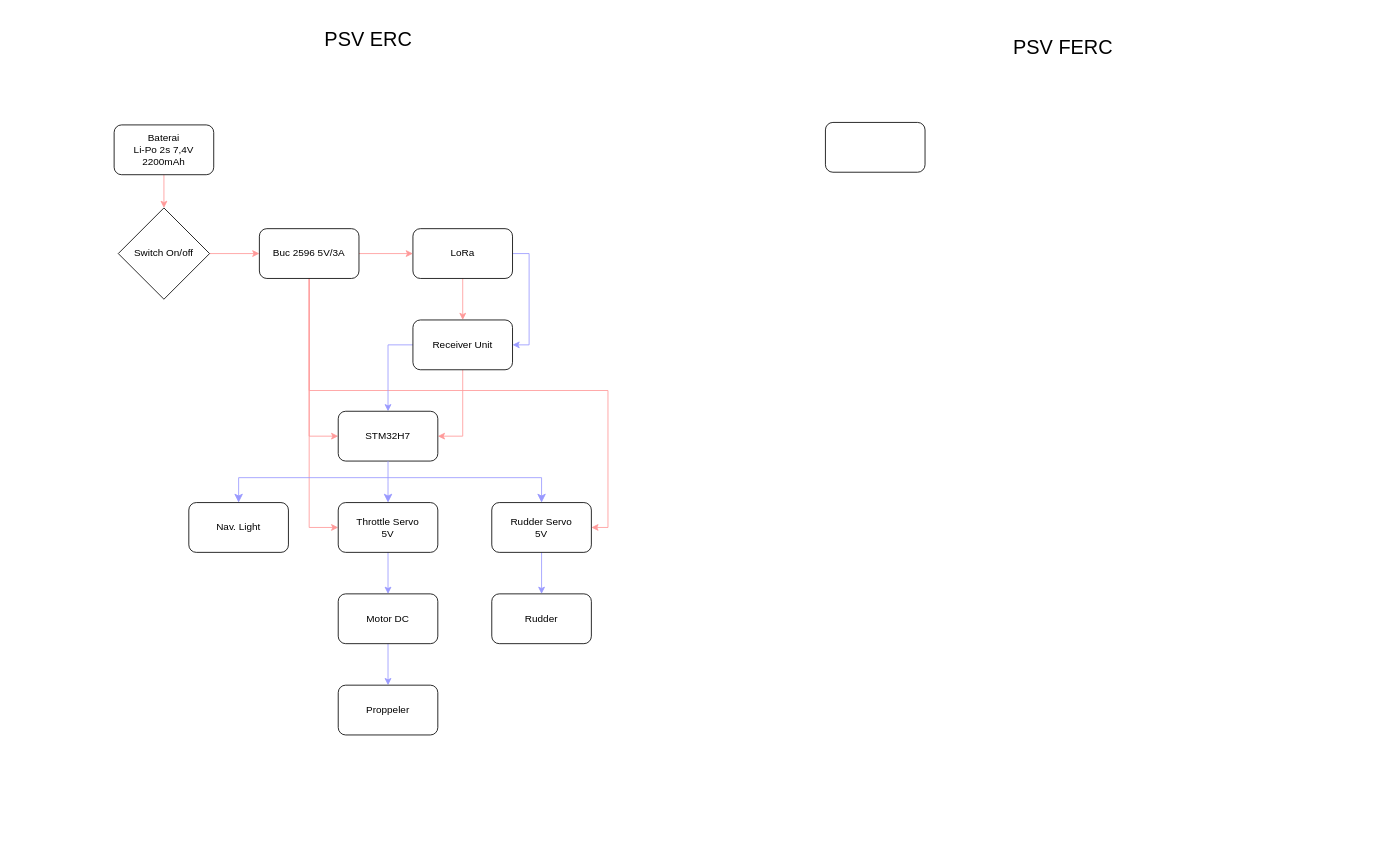
Earlier version of the draw.io diagram page "PSV ERC" (1 of 2) of ELC_M. Gian Yudha P_Electrical design.drawio (Magang-Barunastra-2024/git-and-github-introduction-gianyudha). Source tidied: cells renumbered, new cells numbered last; positions are measured from the earlier drawing's top-left corner, leaving out a move shared by most shapes. Both pictures are drawn from the tidied source at 83%, with x=0, y=0 at pixel (114, 14).
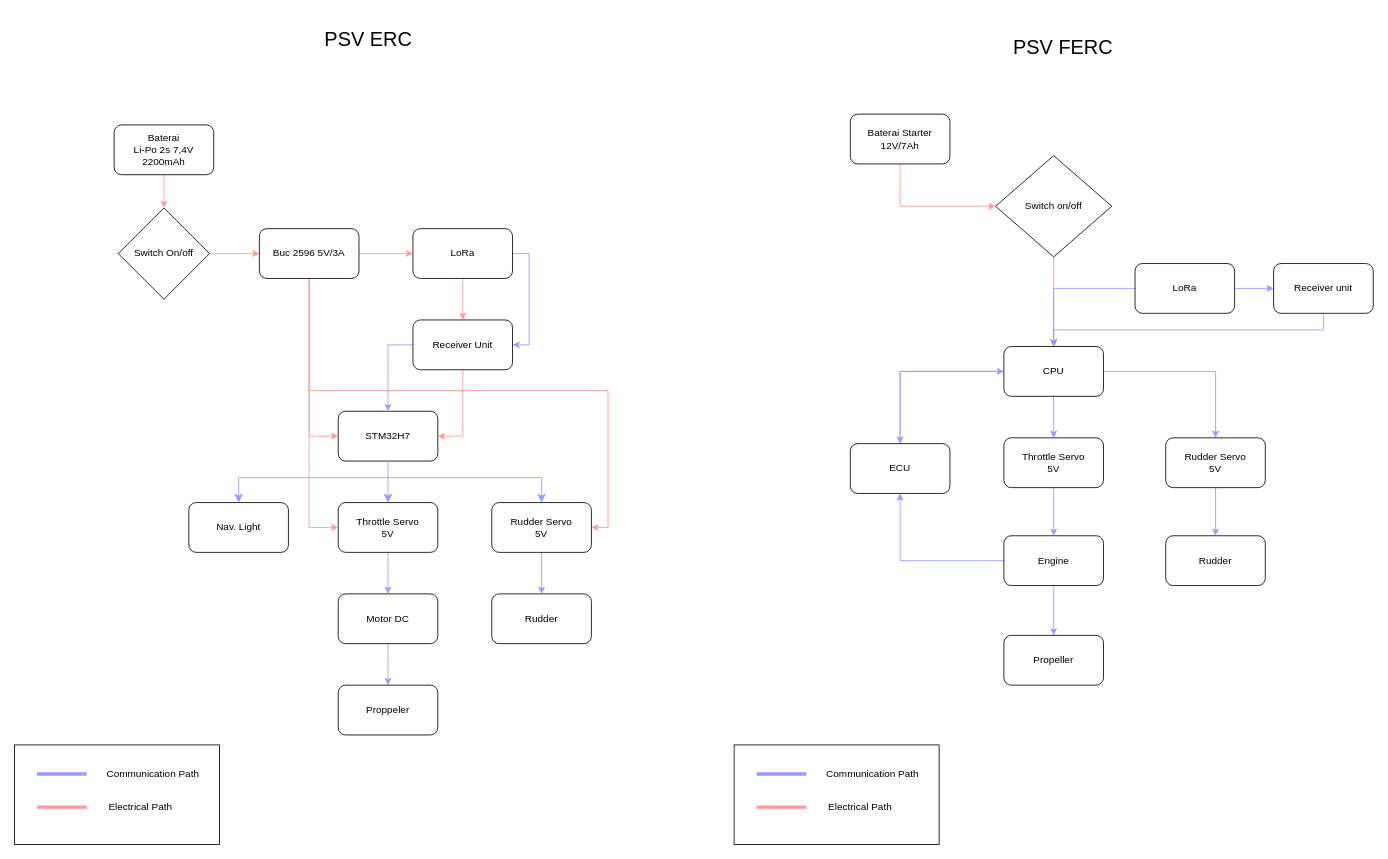
The same page after the edit.

The edit, as a diff of the source:
```diff
@@
+    <mxCell id="33" style="edgeStyle=orthogonalEdgeStyle;rounded=0;jettySize=auto;html=1;exitX=0.5;exitY=1;exitDx=0;exitDy=0;entryX=0;entryY=0.5;entryDx=0;entryDy=0;strokeColor=#FF9999;" parent="1" edge="1" source="31" target="35">
+      <mxGeometry relative="1" as="geometry" />
+    </mxCell>
-    <mxCell id="31" style="rounded=1;whiteSpace=wrap;html=1;" parent="1" vertex="1">
-      <mxGeometry x="857" y="130" width="120" height="60" as="geometry" />
+    <mxCell id="31" value="Baterai Starter 12V/7Ah" style="rounded=1;whiteSpace=wrap;html=1;" parent="1" vertex="1">
+      <mxGeometry x="887" y="120" width="120" height="60" as="geometry" />
     </mxCell>
@@
+    <mxCell id="34" style="edgeStyle=orthogonalEdgeStyle;rounded=0;jettySize=auto;html=1;exitX=0.5;exitY=1;exitDx=0;exitDy=0;entryX=0.5;entryY=0;entryDx=0;entryDy=0;strokeColor=#FF9999;" parent="1" edge="1" source="35" target="39">
+      <mxGeometry relative="1" as="geometry" />
+    </mxCell>
+    <mxCell id="35" value="Switch on/off" style="rhombus;whiteSpace=wrap;html=1;" parent="1" vertex="1">
+      <mxGeometry x="1062" y="170" width="140" height="122" as="geometry" />
+    </mxCell>
+    <mxCell id="36" style="edgeStyle=orthogonalEdgeStyle;rounded=0;jettySize=auto;html=1;exitX=0;exitY=0.5;exitDx=0;exitDy=0;entryX=0.5;entryY=0;entryDx=0;entryDy=0;strokeColor=#9999FF;" parent="1" edge="1" source="39" target="50">
+      <mxGeometry relative="1" as="geometry" />
+    </mxCell>
+    <mxCell id="37" style="edgeStyle=orthogonalEdgeStyle;rounded=0;jettySize=auto;html=1;exitX=0.5;exitY=1;exitDx=0;exitDy=0;entryX=0.5;entryY=0;entryDx=0;entryDy=0;strokeColor=#9999FF;" parent="1" edge="1" source="39" target="55">
+      <mxGeometry relative="1" as="geometry" />
+    </mxCell>
+    <mxCell id="38" style="edgeStyle=orthogonalEdgeStyle;rounded=0;jettySize=auto;html=1;exitX=1;exitY=0.5;exitDx=0;exitDy=0;entryX=0.5;entryY=0;entryDx=0;entryDy=0;strokeColor=#9999FF;" parent="1" edge="1" source="39" target="57">
+      <mxGeometry relative="1" as="geometry" />
+    </mxCell>
+    <mxCell id="39" value="CPU" style="rounded=1;whiteSpace=wrap;html=1;" parent="1" vertex="1">
+      <mxGeometry x="1072" y="400" width="120" height="60" as="geometry" />
+    </mxCell>
+    <mxCell id="40" style="edgeStyle=orthogonalEdgeStyle;rounded=0;jettySize=auto;html=1;exitX=1;exitY=0.5;exitDx=0;exitDy=0;entryX=0;entryY=0.5;entryDx=0;entryDy=0;fillColor=#9999FF;strokeColor=#9999FF;" parent="1" edge="1" source="42" target="44">
+      <mxGeometry relative="1" as="geometry" />
+    </mxCell>
+    <mxCell id="41" style="edgeStyle=orthogonalEdgeStyle;rounded=0;jettySize=auto;html=1;exitX=0;exitY=0.5;exitDx=0;exitDy=0;entryX=0.5;entryY=0;entryDx=0;entryDy=0;strokeColor=#9999FF;" parent="1" edge="1" source="42" target="39">
+      <mxGeometry relative="1" as="geometry" />
+    </mxCell>
+    <mxCell id="42" value="LoRa" style="rounded=1;whiteSpace=wrap;html=1;" parent="1" vertex="1">
+      <mxGeometry x="1230" y="300" width="120" height="60" as="geometry" />
+    </mxCell>
+    <mxCell id="43" style="edgeStyle=orthogonalEdgeStyle;rounded=0;jettySize=auto;html=1;exitX=0.5;exitY=1;exitDx=0;exitDy=0;strokeColor=#9999FF;" parent="1" edge="1" source="44" target="39">
+      <mxGeometry relative="1" as="geometry" />
+    </mxCell>
+    <mxCell id="44" value="Receiver unit" style="rounded=1;whiteSpace=wrap;html=1;" parent="1" vertex="1">
+      <mxGeometry x="1397" y="300" width="120" height="60" as="geometry" />
+    </mxCell>
+    <mxCell id="45" style="edgeStyle=orthogonalEdgeStyle;rounded=0;jettySize=auto;html=1;exitX=0.5;exitY=1;exitDx=0;exitDy=0;entryX=0.5;entryY=0;entryDx=0;entryDy=0;strokeColor=#9999FF;" parent="1" edge="1" source="48" target="51">
+      <mxGeometry relative="1" as="geometry" />
+    </mxCell>
+    <mxCell id="46" style="edgeStyle=orthogonalEdgeStyle;rounded=0;jettySize=auto;html=1;exitX=0.5;exitY=0;exitDx=0;exitDy=0;" parent="1" edge="1" source="48">
+      <mxGeometry relative="1" as="geometry">
+        <mxPoint x="1132" y="628" as="targetPoint" />
+      </mxGeometry>
+    </mxCell>
+    <mxCell id="47" style="edgeStyle=orthogonalEdgeStyle;rounded=0;jettySize=auto;html=1;exitX=0;exitY=0.5;exitDx=0;exitDy=0;entryX=0.5;entryY=1;entryDx=0;entryDy=0;strokeColor=#9999FF;" parent="1" edge="1" source="48" target="50">
+      <mxGeometry relative="1" as="geometry" />
+    </mxCell>
+    <mxCell id="48" value="Engine" style="rounded=1;whiteSpace=wrap;html=1;" parent="1" vertex="1">
+      <mxGeometry x="1072" y="628" width="120" height="60" as="geometry" />
+    </mxCell>
+    <mxCell id="49" style="edgeStyle=orthogonalEdgeStyle;rounded=0;jettySize=auto;html=1;exitX=0.5;exitY=0;exitDx=0;exitDy=0;entryX=0;entryY=0.5;entryDx=0;entryDy=0;strokeColor=#9999FF;" parent="1" edge="1" source="50" target="39">
+      <mxGeometry relative="1" as="geometry" />
+    </mxCell>
+    <mxCell id="50" value="ECU" style="rounded=1;whiteSpace=wrap;html=1;" parent="1" vertex="1">
+      <mxGeometry x="887" y="517" width="120" height="60" as="geometry" />
+    </mxCell>
+    <mxCell id="51" value="Propeller" style="rounded=1;whiteSpace=wrap;html=1;" parent="1" vertex="1">
+      <mxGeometry x="1072" y="748" width="120" height="60" as="geometry" />
+    </mxCell>
+    <mxCell id="52" style="edgeStyle=orthogonalEdgeStyle;rounded=0;orthogonalLoop=1;jettySize=auto;html=1;exitX=0.5;exitY=1;exitDx=0;exitDy=0;" parent="1" edge="1">
+      <mxGeometry relative="1" as="geometry">
+        <mxPoint x="1317" y="410" as="sourcePoint" />
+        <mxPoint x="1317" y="410" as="targetPoint" />
+      </mxGeometry>
+    </mxCell>
+    <mxCell id="53" value="Rudder" style="rounded=1;whiteSpace=wrap;html=1;" parent="1" vertex="1">
+      <mxGeometry x="1267" y="628" width="120" height="60" as="geometry" />
+    </mxCell>
+    <mxCell id="54" style="edgeStyle=orthogonalEdgeStyle;rounded=0;jettySize=auto;html=1;exitX=0.5;exitY=1;exitDx=0;exitDy=0;entryX=0.5;entryY=0;entryDx=0;entryDy=0;strokeColor=#9999FF;" parent="1" edge="1" source="55" target="48">
+      <mxGeometry relative="1" as="geometry" />
+    </mxCell>
+    <mxCell id="55" value="Throttle Servo&lt;div&gt;5V&lt;/div&gt;" style="rounded=1;whiteSpace=wrap;html=1;" parent="1" vertex="1">
+      <mxGeometry x="1072" y="510" width="120" height="60" as="geometry" />
+    </mxCell>
+    <mxCell id="56" style="edgeStyle=orthogonalEdgeStyle;rounded=0;jettySize=auto;html=1;exitX=0.5;exitY=1;exitDx=0;exitDy=0;entryX=0.5;entryY=0;entryDx=0;entryDy=0;strokeColor=#9999FF;" parent="1" edge="1" source="57" target="53">
+      <mxGeometry relative="1" as="geometry" />
+    </mxCell>
+    <mxCell id="57" value="Rudder Servo&lt;div&gt;5V&lt;/div&gt;" style="rounded=1;whiteSpace=wrap;html=1;" parent="1" vertex="1">
+      <mxGeometry x="1267" y="510" width="120" height="60" as="geometry" />
+    </mxCell>
+    <mxCell id="58" style="rounded=0;whiteSpace=wrap;html=1;" parent="1" vertex="1">
+      <mxGeometry x="-120" y="880" width="247" height="120" as="geometry" />
+    </mxCell>
+    <mxCell id="59" style="line;strokeWidth=4;html=1;perimeter=backbonePerimeter;strokeColor=#9999FF;" parent="1" vertex="1">
+      <mxGeometry x="-93" y="910" width="60" height="10" as="geometry" />
+    </mxCell>
+    <mxCell id="60" style="line;strokeWidth=4;html=1;perimeter=backbonePerimeter;strokeColor=#FF9999;" parent="1" vertex="1">
+      <mxGeometry x="-93" y="950" width="60" height="10" as="geometry" />
+    </mxCell>
+    <mxCell id="61" value="Electrical Path" style="text;strokeColor=none;align=center;fillColor=none;html=1;verticalAlign=middle;whiteSpace=wrap;rounded=0;" parent="1" vertex="1">
+      <mxGeometry x="-13" y="940" width="90" height="30" as="geometry" />
+    </mxCell>
+    <mxCell id="62" value="Communication Path" style="text;strokeColor=none;align=center;fillColor=none;html=1;verticalAlign=middle;whiteSpace=wrap;rounded=0;" parent="1" vertex="1">
+      <mxGeometry x="-13" y="900" width="120" height="30" as="geometry" />
+    </mxCell>
+    <mxCell id="63" style="rounded=0;whiteSpace=wrap;html=1;" parent="1" vertex="1">
+      <mxGeometry x="747" y="880" width="247" height="120" as="geometry" />
+    </mxCell>
+    <mxCell id="64" style="line;strokeWidth=4;html=1;perimeter=backbonePerimeter;strokeColor=#9999FF;" parent="1" vertex="1">
+      <mxGeometry x="774" y="910" width="60" height="10" as="geometry" />
+    </mxCell>
+    <mxCell id="65" style="line;strokeWidth=4;html=1;perimeter=backbonePerimeter;strokeColor=#FF9999;" parent="1" vertex="1">
+      <mxGeometry x="774" y="950" width="60" height="10" as="geometry" />
+    </mxCell>
+    <mxCell id="66" value="Electrical Path" style="text;strokeColor=none;align=center;fillColor=none;html=1;verticalAlign=middle;whiteSpace=wrap;rounded=0;" parent="1" vertex="1">
+      <mxGeometry x="854" y="940" width="90" height="30" as="geometry" />
+    </mxCell>
+    <mxCell id="67" value="Communication Path" style="text;strokeColor=none;align=center;fillColor=none;html=1;verticalAlign=middle;whiteSpace=wrap;rounded=0;" parent="1" vertex="1">
+      <mxGeometry x="854" y="900" width="120" height="30" as="geometry" />
+    </mxCell>
```
